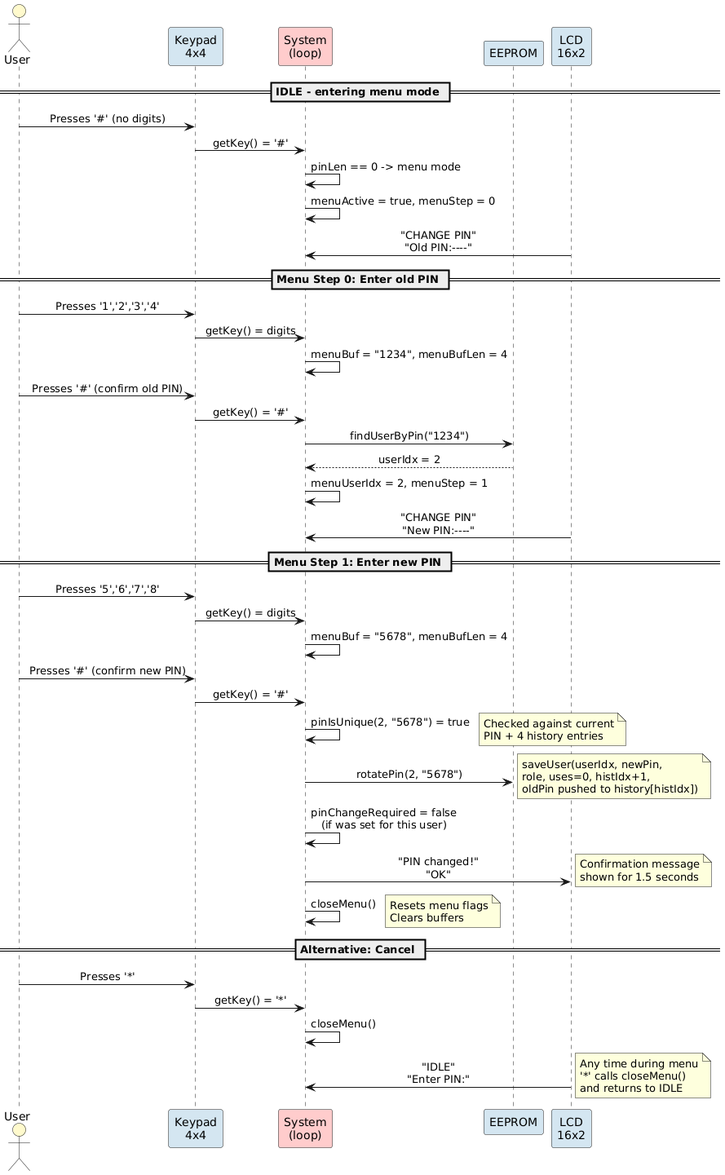
Above: docs/UML/UserConfig.png in FernandoMulato/Final-Arduino-Project (PlantUML), before the change.
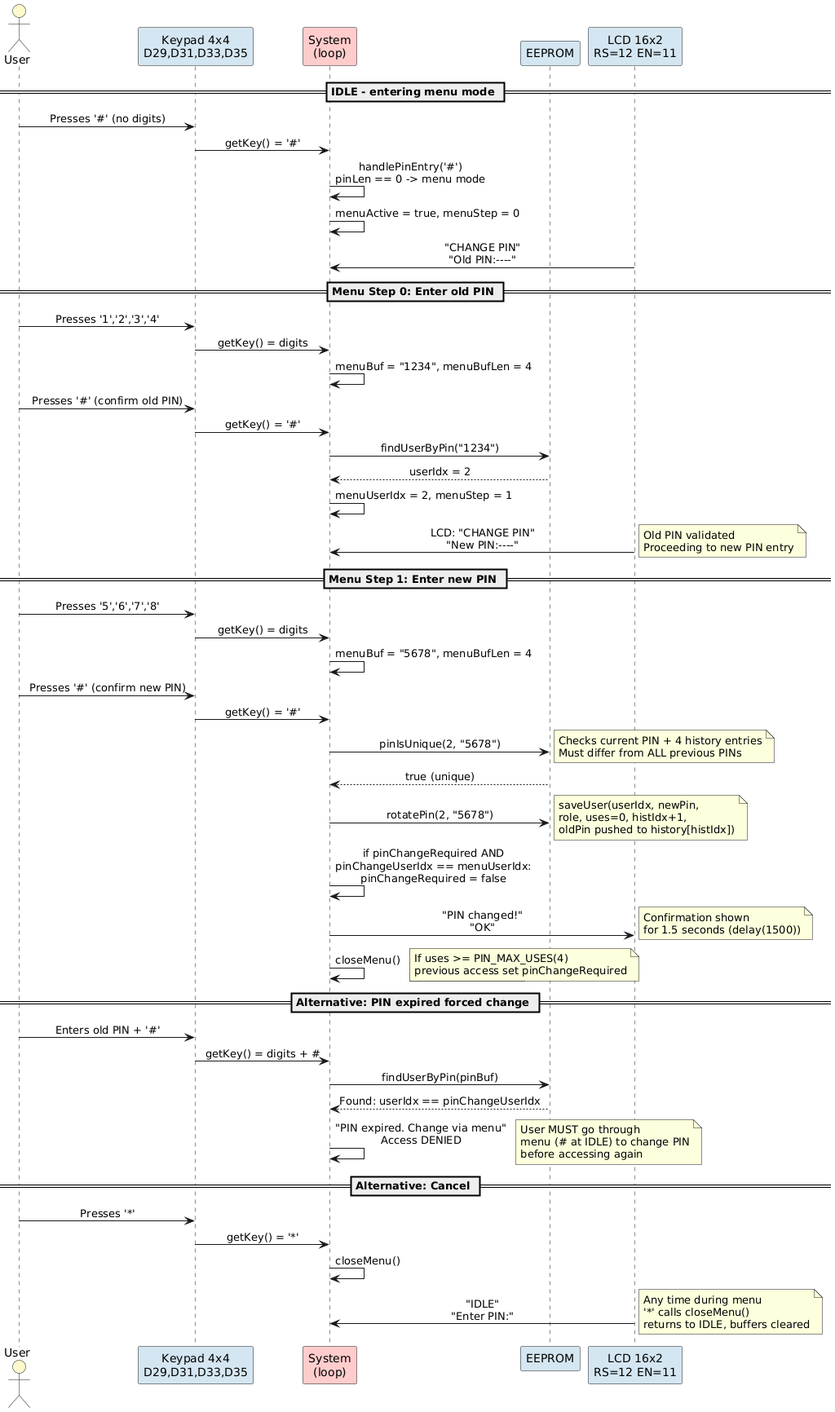
Above is the later version.

Diff of the diagram source:
```diff
@@ -5,17 +5,17 @@
 skinparam sequenceMessageAlign center
 
 actor "User" as USR #FFFACD
-participant "Keypad\n4x4" as KPD #D4E6F1
+participant "Keypad 4x4\nD29,D31,D33,D35" as KPD #D4E6F1
 participant "System\n(loop)" as SYS #FFCCCC
 participant "EEPROM" as EEP #D4E6F1
-participant "LCD\n16x2" as LCD #D4E6F1
+participant "LCD 16x2\nRS=12 EN=11" as LCD #D4E6F1
 
 == IDLE - entering menu mode ==
 note right: State S_IDLE\nLCD: "IDLE", "Enter PIN:"\nRGB: off
 
 USR -> KPD: Presses '#' (no digits)
 KPD -> SYS: getKey() = '#'
-SYS -> SYS: pinLen == 0 -> menu mode
+SYS -> SYS: handlePinEntry('#')\npinLen == 0 -> menu mode
 SYS -> SYS: menuActive = true, menuStep = 0
 LCD -> SYS: "CHANGE PIN"\n"Old PIN:----"
 
@@ -29,7 +29,8 @@
 SYS -> EEP: findUserByPin("1234")
 EEP --> SYS: userIdx = 2
 SYS -> SYS: menuUserIdx = 2, menuStep = 1
-LCD -> SYS: "CHANGE PIN"\n"New PIN:----"
+LCD -> SYS: LCD: "CHANGE PIN"\n"New PIN:----"
+note right: Old PIN validated\nProceeding to new PIN entry
 
 == Menu Step 1: Enter new PIN ==
 USR -> KPD: Presses '5','6','7','8'
@@ -38,21 +39,31 @@
 
 USR -> KPD: Presses '#' (confirm new PIN)
 KPD -> SYS: getKey() = '#'
-SYS -> SYS: pinIsUnique(2, "5678") = true
-note right: Checked against current\nPIN + 4 history entries
+SYS -> EEP: pinIsUnique(2, "5678")
+note right: Checks current PIN + 4 history entries\nMust differ from ALL previous PINs
+EEP --> SYS: true (unique)
 SYS -> EEP: rotatePin(2, "5678")
 note right: saveUser(userIdx, newPin,\nrole, uses=0, histIdx+1,\noldPin pushed to history[histIdx])
-SYS -> SYS: pinChangeRequired = false\n(if was set for this user)
+SYS -> SYS: if pinChangeRequired AND\npinChangeUserIdx == menuUserIdx:\npinChangeRequired = false
 SYS -> LCD: "PIN changed!"\n"OK"
-note right: Confirmation message\nshown for 1.5 seconds
+note right: Confirmation shown\nfor 1.5 seconds (delay(1500))
 SYS -> SYS: closeMenu()
-note right: Resets menu flags\nClears buffers
+note right: Resets menu flags\nClears all buffers
+
+== Alternative: PIN expired forced change ==
+note right: If uses >= PIN_MAX_USES(4)\nprevious access set pinChangeRequired
+USR -> KPD: Enters old PIN + '#'
+KPD -> SYS: getKey() = digits + #
+SYS -> EEP: findUserByPin(pinBuf)
+EEP --> SYS: Found: userIdx == pinChangeUserIdx
+SYS -> SYS: "PIN expired. Change via menu"\nAccess DENIED
+note right: User MUST go through\nmenu (# at IDLE) to change PIN\nbefore accessing again
 
 == Alternative: Cancel ==
 USR -> KPD: Presses '*'
 KPD -> SYS: getKey() = '*'
 SYS -> SYS: closeMenu()
 LCD -> SYS: "IDLE"\n"Enter PIN:"
-note right: Any time during menu\n'*' calls closeMenu()\nand returns to IDLE
+note right: Any time during menu\n'*' calls closeMenu()\nreturns to IDLE, buffers cleared
 
 @enduml
```
